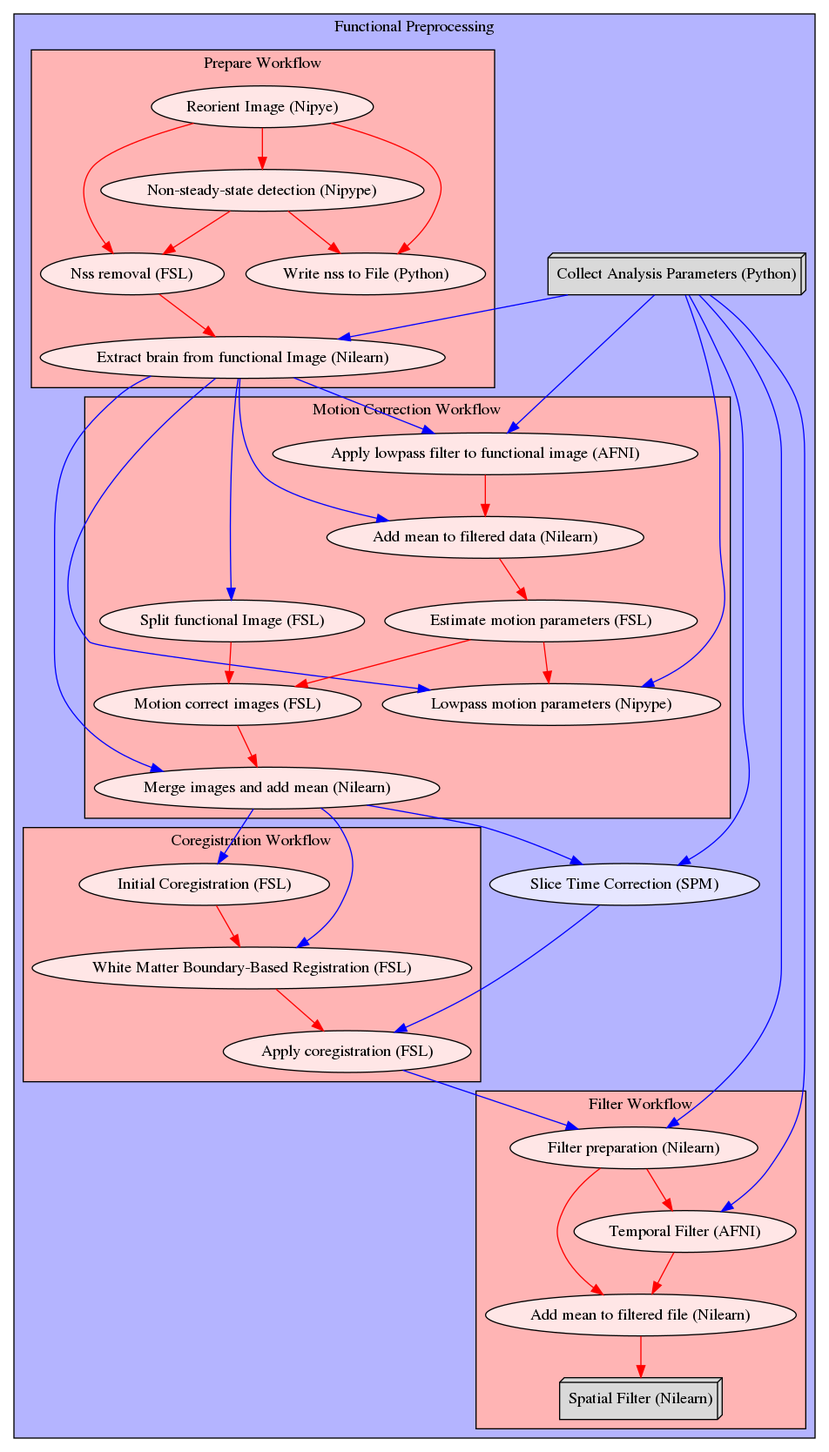
This is static/preproc_func.png from miykael/fmriflows, a Graphviz export, as it was before one commit. Its source is kept beside it as static/preproc_func.dot.
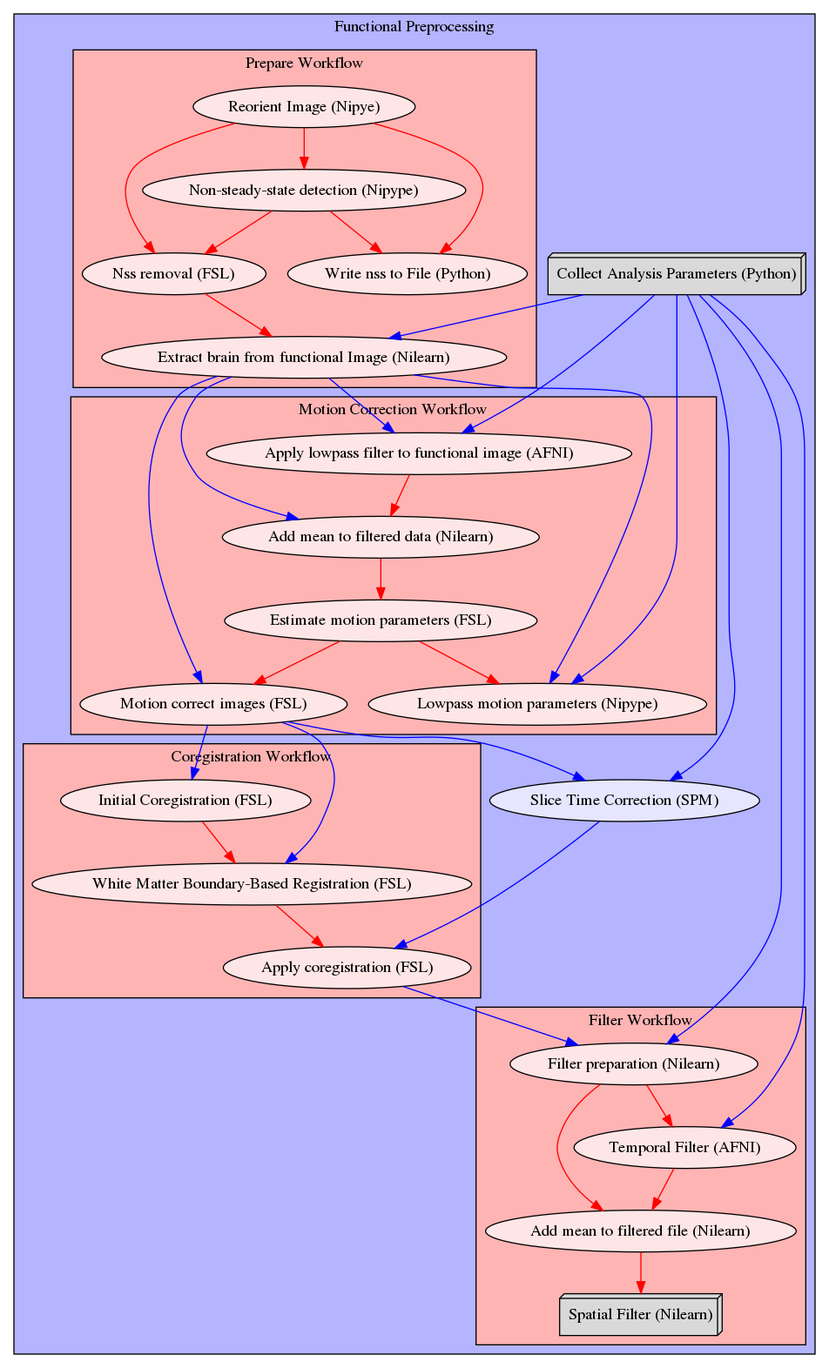
The same diagram one commit later.

Commit message:
ENH: performs motion correction as one job

Diff of the diagram source:
```diff
@@ -28,19 +28,15 @@
             style=filled;
             fillcolor="#FFB4B4";
             label="Motion Correction Workflow";
-        mcflow_split_func[label="Split functional Image (FSL)", style=filled, fillcolor="#FFE6E6"];
         mcflow_apply_low_pass[label="Apply lowpass filter to functional image (AFNI)", style=filled, fillcolor="#FFE6E6"];
         mcflow_add_mean_to_bandpass[label="Add mean to filtered data (Nilearn)", style=filled, fillcolor="#FFE6E6"];
         mcflow_mcflirt_estimation[label="Estimate motion parameters (FSL)", style=filled, fillcolor="#FFE6E6"];
         mcflow_lowpass_mc[label="Lowpass motion parameters (Nipype)", style=filled, fillcolor="#FFE6E6"];
         mcflow_motion_correction[label="Motion correct images (FSL)", style=filled, fillcolor="#FFE6E6"];
-        mcflow_merge_and_mean[label="Merge images and add mean (Nilearn)", style=filled, fillcolor="#FFE6E6"];
-        mcflow_split_func -> mcflow_motion_correction;
         mcflow_apply_low_pass -> mcflow_add_mean_to_bandpass;
         mcflow_add_mean_to_bandpass -> mcflow_mcflirt_estimation;
         mcflow_mcflirt_estimation -> mcflow_motion_correction;
         mcflow_mcflirt_estimation -> mcflow_lowpass_mc;
-        mcflow_motion_correction -> mcflow_merge_and_mean;
     }
     subgraph cluster_coregflow {
             edge [color="#FF0000"];
@@ -67,14 +63,13 @@
         filterflow_temporal_filter -> filterflow_add_mean_to_filt;
         filterflow_add_mean_to_filt -> filterflow_spatial_filter;
     }
-    prepareflow_brain_extraction -> mcflow_split_func;
+    prepareflow_brain_extraction -> mcflow_motion_correction;
     prepareflow_brain_extraction -> mcflow_apply_low_pass;
-    prepareflow_brain_extraction -> mcflow_merge_and_mean;
     prepareflow_brain_extraction -> mcflow_add_mean_to_bandpass;
     prepareflow_brain_extraction -> mcflow_lowpass_mc;
-    mcflow_merge_and_mean -> slice_time;
-    mcflow_merge_and_mean -> coregflow_coreg_pre;
-    mcflow_merge_and_mean -> coregflow_coreg_bbr;
+    mcflow_motion_correction -> slice_time;
+    mcflow_motion_correction -> coregflow_coreg_pre;
+    mcflow_motion_correction -> coregflow_coreg_bbr;
     slice_time -> coregflow_apply_coreg;
     coregflow_apply_coreg -> filterflow_filter_preparation;
     get_Param -> mcflow_apply_low_pass;
```
